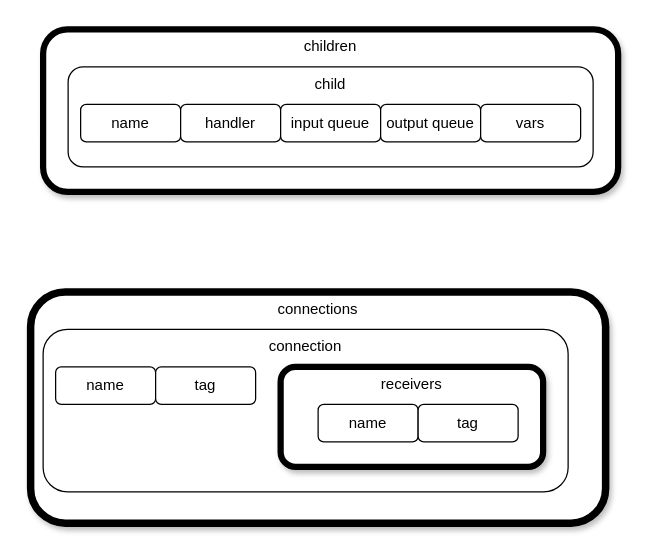
Before: page "Page-5" (5 of 5) of helloworld.drawio in guitarvydas/asc2, a draw.io diagram. Source tidied: cells renumbered, new cells numbered last; positions are measured from the earlier drawing's top-left corner, leaving out a move shared by most shapes. Both pictures are drawn from the tidied source at 125%, with x=0, y=0 at pixel (30, 29).
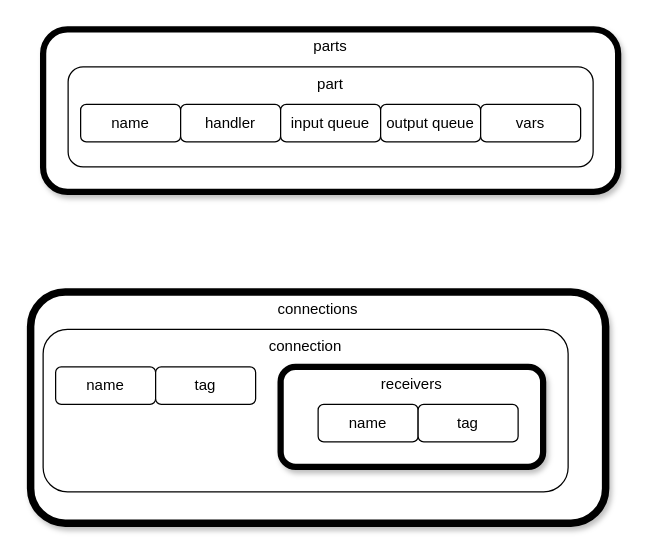
Above is the later version.

Commit message (it also covers changes not shown here):
child- -> part- ; named-queues -> parts

Change to the diagram source:
```diff
@@
 <mxGraphModel>
   <root>
     <mxCell id="0" />
     <mxCell id="1" parent="0" />
     <mxCell id="2" value="connections" style="rounded=1;whiteSpace=wrap;html=1;verticalAlign=top;shadow=1;strokeWidth=6;" parent="1" vertex="1">
       <mxGeometry y="210" width="460" height="185" as="geometry" />
     </mxCell>
-    <mxCell id="3" value="children" style="rounded=1;whiteSpace=wrap;html=1;verticalAlign=top;shadow=1;strokeWidth=5;" parent="1" vertex="1">
+    <mxCell id="3" value="parts" style="rounded=1;whiteSpace=wrap;html=1;verticalAlign=top;shadow=1;strokeWidth=5;" parent="1" vertex="1">
       <mxGeometry x="10" width="460" height="130" as="geometry" />
     </mxCell>
     <mxCell id="4" style="group;" parent="1" vertex="1">
       <mxGeometry x="30" y="30" width="420" height="80" as="geometry" />
     </mxCell>
-    <mxCell id="5" value="child" style="rounded=1;whiteSpace=wrap;html=1;verticalAlign=top;" parent="4" vertex="1">
+    <mxCell id="5" value="part" style="rounded=1;whiteSpace=wrap;html=1;verticalAlign=top;" parent="4" vertex="1">
       <mxGeometry width="420" height="80" as="geometry" />
     </mxCell>
     <mxCell id="6" value="name" style="rounded=1;whiteSpace=wrap;html=1;verticalAlign=middle;" parent="4" vertex="1">
       <mxGeometry x="10" y="30" width="80" height="30" as="geometry" />
     </mxCell>
     <mxCell id="7" value="handler" style="rounded=1;whiteSpace=wrap;html=1;verticalAlign=middle;" parent="4" vertex="1">
       <mxGeometry x="90" y="30" width="80" height="30" as="geometry" />
     </mxCell>
     <mxCell id="8" value="input queue" style="rounded=1;whiteSpace=wrap;html=1;verticalAlign=middle;" parent="4" vertex="1">
       <mxGeometry x="170" y="30" width="80" height="30" as="geometry" />
     </mxCell>
     <mxCell id="9" value="output queue" style="rounded=1;whiteSpace=wrap;html=1;verticalAlign=middle;" parent="4" vertex="1">
       <mxGeometry x="250" y="30" width="80" height="30" as="geometry" />
     </mxCell>
     <mxCell id="10" value="vars" style="rounded=1;whiteSpace=wrap;html=1;verticalAlign=middle;" parent="4" vertex="1">
       <mxGeometry x="330" y="30" width="80" height="30" as="geometry" />
     </mxCell>
     <mxCell id="11" value="connection" style="rounded=1;whiteSpace=wrap;html=1;verticalAlign=top;" parent="1" vertex="1">
       <mxGeometry x="10" y="240" width="420" height="130" as="geometry" />
     </mxCell>
     <mxCell id="12" value="name" style="rounded=1;whiteSpace=wrap;html=1;verticalAlign=middle;" parent="1" vertex="1">
       <mxGeometry x="20" y="270" width="80" height="30" as="geometry" />
     </mxCell>
     <mxCell id="13" value="tag" style="rounded=1;whiteSpace=wrap;html=1;verticalAlign=middle;" parent="1" vertex="1">
       <mxGeometry x="100" y="270" width="80" height="30" as="geometry" />
     </mxCell>
     <mxCell id="14" style="group;" parent="1" vertex="1">
       <mxGeometry x="200" y="270" width="210" height="80" as="geometry" />
     </mxCell>
     <mxCell id="15" value="receivers" style="rounded=1;whiteSpace=wrap;html=1;verticalAlign=top;shadow=1;strokeWidth=5;" parent="14" vertex="1">
       <mxGeometry width="210" height="80" as="geometry" />
     </mxCell>
     <mxCell id="16" value="name" style="rounded=1;whiteSpace=wrap;html=1;verticalAlign=middle;" parent="14" vertex="1">
       <mxGeometry x="30" y="30" width="80" height="30" as="geometry" />
     </mxCell>
     <mxCell id="17" value="tag" style="rounded=1;whiteSpace=wrap;html=1;verticalAlign=middle;" parent="14" vertex="1">
       <mxGeometry x="110" y="30" width="80" height="30" as="geometry" />
     </mxCell>
   </root>
 </mxGraphModel>
```
